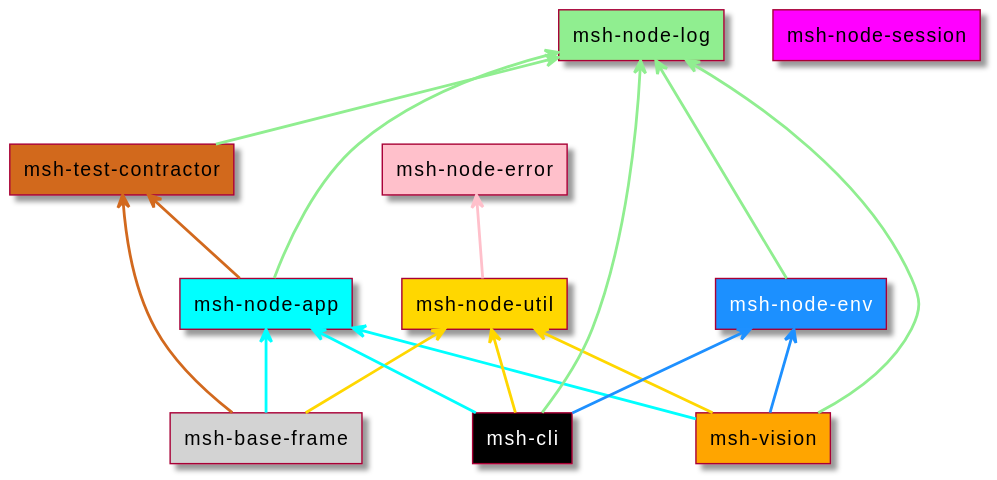
beecode-rs/msh keeps this PlantUML diagram as resource/diagram/project-rlation.svg. Above is the earlier version.
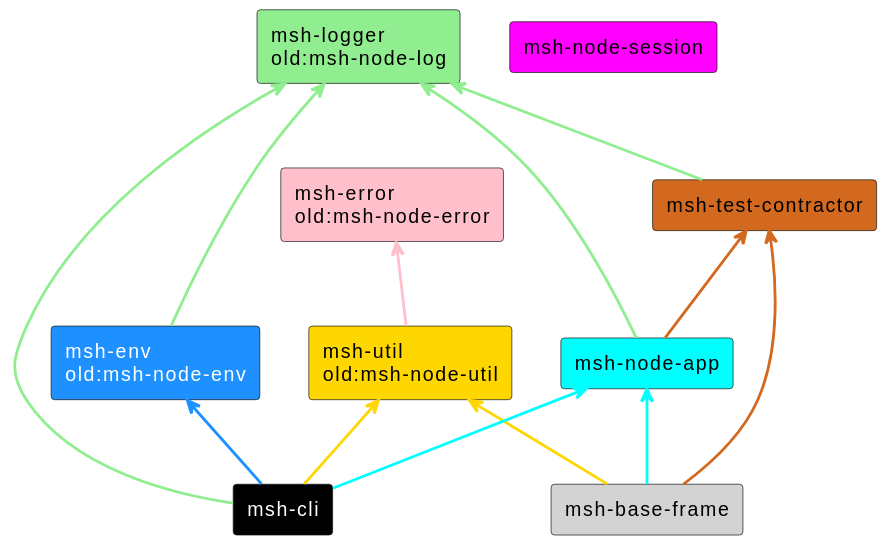
Later version of the same file.

What changed in the source:
```diff
@@ -18,25 +18,18 @@
 !$vision_color = orange
 
 
-rectangle "msh-node-error" as node_error #$node_error_color
+rectangle "msh-error\nold:msh-node-error" as node_error #$node_error_color
 
 rectangle "msh-node-session" as node_session #$node_session_color
-rectangle "msh-node-util" as node_util #$node_util_color
-rectangle "msh-node-log" as node_log #$node_log_color
+rectangle "msh-util\nold:msh-node-util" as node_util #$node_util_color
+rectangle "msh-logger\nold:msh-node-log" as node_log #$node_log_color
 
 rectangle "msh-node-app" as node_app #$node_app_color
 rectangle "msh-test-contractor" as test_contractor #$test_contractor_color
-rectangle "msh-node-env" as node_env #$node_env_color;text:white
+rectangle "msh-env\nold:msh-node-env" as node_env #$node_env_color;text:white
 
 rectangle "msh-base-frame" as base_frame #$base_frame_color
 rectangle "msh-cli" as cli #$cli_color;text:white
-rectangle "msh-vision" as vision #$vision_color
-
-
-vision -up-> node_app #$node_app_color
-vision -up-> node_env #$node_env_color
-vision -up-> node_util #$node_util_color
-vision -up-> node_log #$node_log_color
 
 
 base_frame -up-> node_app #$node_app_color
@@ -61,5 +54,4 @@
 
 
 node_util -up-> node_error #$node_error_color
-
 @enduml
```
